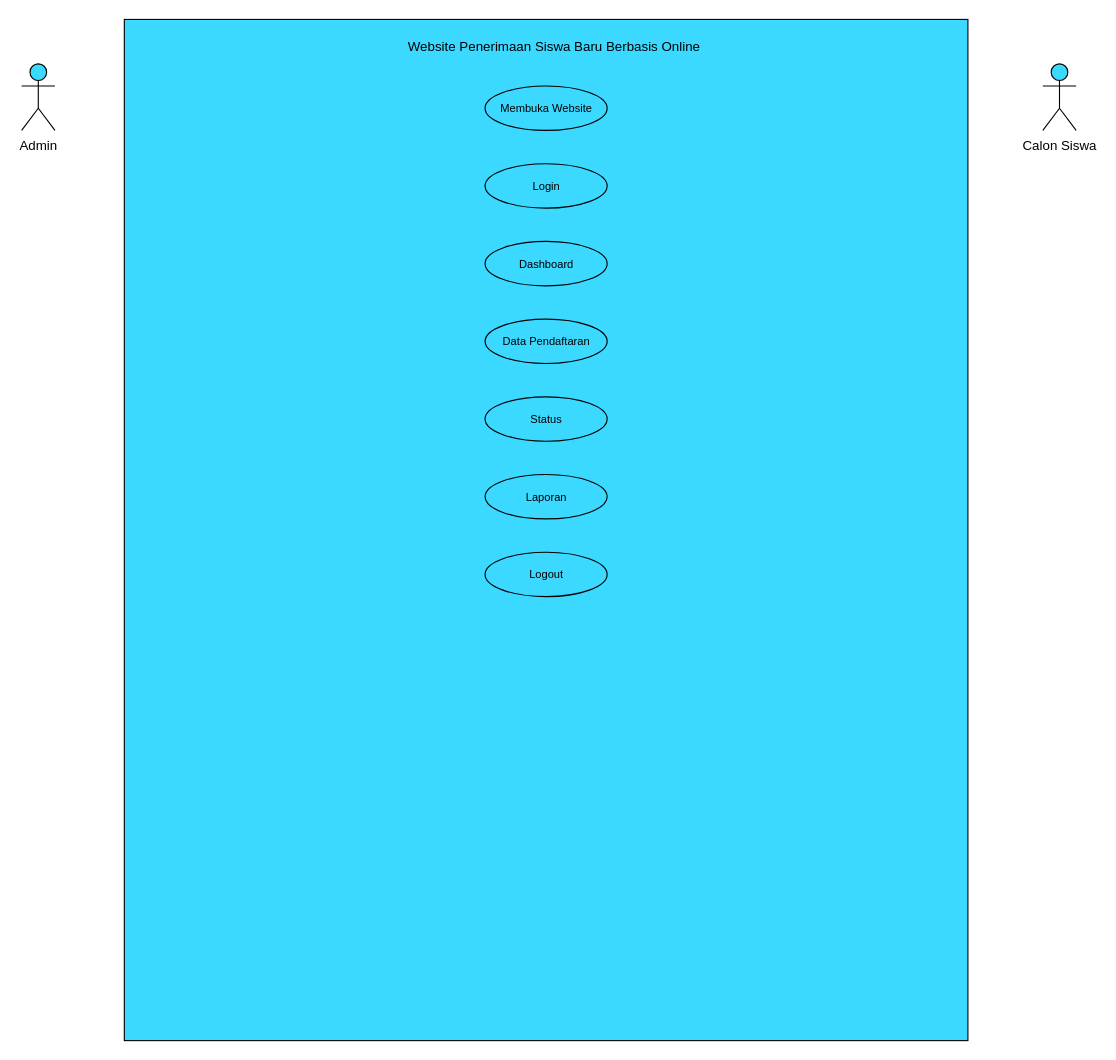
Earlier version of the draw.io diagram Rancangan Diagram Sistem.drawio (danangsptro/register-vhs). Source tidied: cells renumbered, new cells numbered last; positions are measured from the earlier drawing's top-left corner, leaving out a move shared by most shapes. Both pictures are drawn from the tidied source at 111%, with x=0, y=0 at pixel (21, 19).
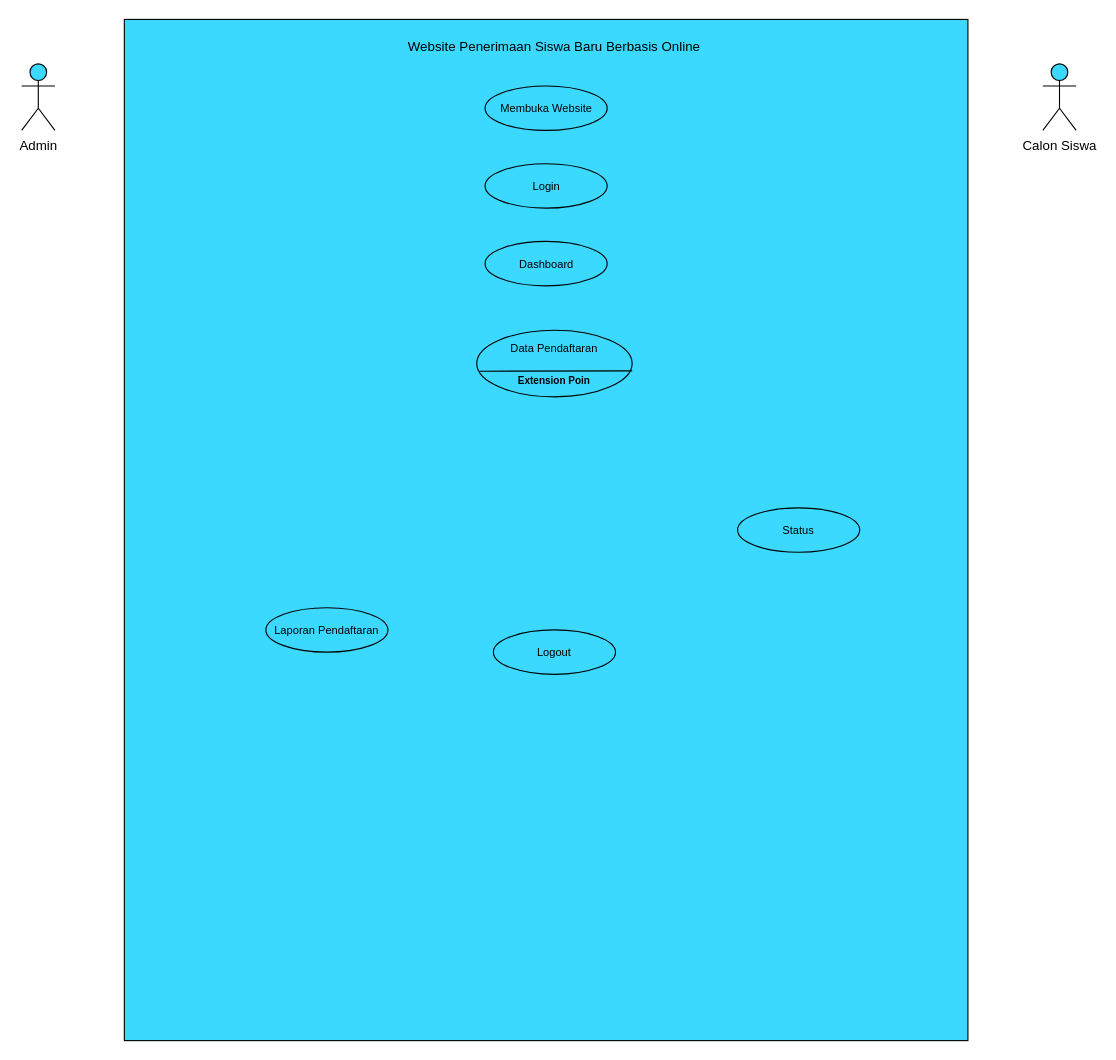
Above is the later version.

Diff of the diagram source:
```diff
@@
 <mxGraphModel>
   <root>
     <mxCell id="0" />
     <mxCell id="1" parent="0" />
     <mxCell id="2" value="Admin" style="shape=umlActor;verticalLabelPosition=bottom;verticalAlign=top;html=1;fillColor=#3BD8FF;" parent="1" vertex="1">
       <mxGeometry y="40" width="30" height="60" as="geometry" />
     </mxCell>
     <mxCell id="3" value="Calon Siswa" style="shape=umlActor;verticalLabelPosition=bottom;verticalAlign=top;html=1;fillColor=#3BD8FF;" parent="1" vertex="1">
       <mxGeometry x="920" y="40" width="30" height="60" as="geometry" />
     </mxCell>
     <mxCell id="4" style="rounded=0;whiteSpace=wrap;html=1;strokeColor=#000000;fillColor=#3BD8FF;" parent="1" vertex="1">
       <mxGeometry x="92.5" width="760" height="920" as="geometry" />
     </mxCell>
     <mxCell id="5" value="Website Penerimaan Siswa Baru Berbasis Online" style="text;html=1;strokeColor=none;fillColor=none;align=center;verticalAlign=middle;whiteSpace=wrap;rounded=0;" parent="1" vertex="1">
       <mxGeometry x="290" y="10" width="380" height="30" as="geometry" />
     </mxCell>
     <mxCell id="6" value="&lt;font style=&quot;font-size: 10px;&quot;&gt;Membuka Website&lt;/font&gt;" style="ellipse;whiteSpace=wrap;html=1;align=center;newEdgeStyle={&quot;edgeStyle&quot;:&quot;entityRelationEdgeStyle&quot;,&quot;startArrow&quot;:&quot;none&quot;,&quot;endArrow&quot;:&quot;none&quot;,&quot;segment&quot;:10,&quot;curved&quot;:1};strokeColor=#000000;fillColor=#3BD8FF;" parent="1" vertex="1">
       <mxGeometry x="417.5" y="60" width="110" height="40" as="geometry" />
     </mxCell>
     <mxCell id="7" value="&lt;font style=&quot;font-size: 10px;&quot;&gt;Login&lt;/font&gt;" style="ellipse;whiteSpace=wrap;html=1;align=center;newEdgeStyle={&quot;edgeStyle&quot;:&quot;entityRelationEdgeStyle&quot;,&quot;startArrow&quot;:&quot;none&quot;,&quot;endArrow&quot;:&quot;none&quot;,&quot;segment&quot;:10,&quot;curved&quot;:1};strokeColor=#000000;fillColor=#3BD8FF;" parent="1" vertex="1">
       <mxGeometry x="417.5" y="130" width="110" height="40" as="geometry" />
     </mxCell>
     <mxCell id="8" value="&lt;font style=&quot;font-size: 10px;&quot;&gt;Dashboard&lt;/font&gt;" style="ellipse;whiteSpace=wrap;html=1;align=center;newEdgeStyle={&quot;edgeStyle&quot;:&quot;entityRelationEdgeStyle&quot;,&quot;startArrow&quot;:&quot;none&quot;,&quot;endArrow&quot;:&quot;none&quot;,&quot;segment&quot;:10,&quot;curved&quot;:1};strokeColor=#000000;fillColor=#3BD8FF;" parent="1" vertex="1">
       <mxGeometry x="417.5" y="200" width="110" height="40" as="geometry" />
     </mxCell>
-    <mxCell id="9" value="&lt;font style=&quot;font-size: 10px;&quot;&gt;Data Pendaftaran&lt;/font&gt;" style="ellipse;whiteSpace=wrap;html=1;align=center;newEdgeStyle={&quot;edgeStyle&quot;:&quot;entityRelationEdgeStyle&quot;,&quot;startArrow&quot;:&quot;none&quot;,&quot;endArrow&quot;:&quot;none&quot;,&quot;segment&quot;:10,&quot;curved&quot;:1};strokeColor=#000000;fillColor=#3BD8FF;" parent="1" vertex="1">
-      <mxGeometry x="417.5" y="270" width="110" height="40" as="geometry" />
+    <mxCell id="9" value="&lt;font style=&quot;font-size: 10px;&quot;&gt;Data Pendaftaran&lt;br&gt;&lt;br&gt;&lt;br&gt;&lt;/font&gt;" style="ellipse;whiteSpace=wrap;html=1;align=center;newEdgeStyle={&quot;edgeStyle&quot;:&quot;entityRelationEdgeStyle&quot;,&quot;startArrow&quot;:&quot;none&quot;,&quot;endArrow&quot;:&quot;none&quot;,&quot;segment&quot;:10,&quot;curved&quot;:1};strokeColor=#000000;fillColor=#3BD8FF;" parent="1" vertex="1">
+      <mxGeometry x="410" y="280" width="140" height="60" as="geometry" />
     </mxCell>
     <mxCell id="10" value="&lt;span style=&quot;font-size: 10px;&quot;&gt;Status&lt;/span&gt;" style="ellipse;whiteSpace=wrap;html=1;align=center;newEdgeStyle={&quot;edgeStyle&quot;:&quot;entityRelationEdgeStyle&quot;,&quot;startArrow&quot;:&quot;none&quot;,&quot;endArrow&quot;:&quot;none&quot;,&quot;segment&quot;:10,&quot;curved&quot;:1};strokeColor=#000000;fillColor=#3BD8FF;" parent="1" vertex="1">
-      <mxGeometry x="417.5" y="340" width="110" height="40" as="geometry" />
+      <mxGeometry x="645" y="440" width="110" height="40" as="geometry" />
     </mxCell>
-    <mxCell id="11" value="&lt;span style=&quot;font-size: 10px;&quot;&gt;Laporan&lt;/span&gt;" style="ellipse;whiteSpace=wrap;html=1;align=center;newEdgeStyle={&quot;edgeStyle&quot;:&quot;entityRelationEdgeStyle&quot;,&quot;startArrow&quot;:&quot;none&quot;,&quot;endArrow&quot;:&quot;none&quot;,&quot;segment&quot;:10,&quot;curved&quot;:1};strokeColor=#000000;fillColor=#3BD8FF;" parent="1" vertex="1">
-      <mxGeometry x="417.5" y="410" width="110" height="40" as="geometry" />
+    <mxCell id="11" value="&lt;span style=&quot;font-size: 10px;&quot;&gt;Laporan Pendaftaran&lt;/span&gt;" style="ellipse;whiteSpace=wrap;html=1;align=center;newEdgeStyle={&quot;edgeStyle&quot;:&quot;entityRelationEdgeStyle&quot;,&quot;startArrow&quot;:&quot;none&quot;,&quot;endArrow&quot;:&quot;none&quot;,&quot;segment&quot;:10,&quot;curved&quot;:1};strokeColor=#000000;fillColor=#3BD8FF;" parent="1" vertex="1">
+      <mxGeometry x="220" y="530" width="110" height="40" as="geometry" />
     </mxCell>
     <mxCell id="12" value="&lt;span style=&quot;font-size: 10px;&quot;&gt;Logout&lt;/span&gt;" style="ellipse;whiteSpace=wrap;html=1;align=center;newEdgeStyle={&quot;edgeStyle&quot;:&quot;entityRelationEdgeStyle&quot;,&quot;startArrow&quot;:&quot;none&quot;,&quot;endArrow&quot;:&quot;none&quot;,&quot;segment&quot;:10,&quot;curved&quot;:1};strokeColor=#000000;fillColor=#3BD8FF;" parent="1" vertex="1">
-      <mxGeometry x="417.5" y="480" width="110" height="40" as="geometry" />
+      <mxGeometry x="425" y="550" width="110" height="40" as="geometry" />
     </mxCell>
+    <mxCell id="13" style="endArrow=none;html=1;rounded=0;fontSize=10;exitX=0.017;exitY=0.615;exitDx=0;exitDy=0;exitPerimeter=0;entryX=1;entryY=0.61;entryDx=0;entryDy=0;entryPerimeter=0;" parent="1" edge="1" source="9" target="9">
+      <mxGeometry relative="1" as="geometry" />
+    </mxCell>
+    <mxCell id="14" value="&lt;b&gt;&lt;font style=&quot;font-size: 9px;&quot;&gt;Extension Poin&lt;/font&gt;&lt;/b&gt;" style="text;html=1;strokeColor=none;fillColor=none;align=center;verticalAlign=middle;whiteSpace=wrap;rounded=0;fontSize=10;" parent="1" vertex="1">
+      <mxGeometry x="410" y="310" width="140" height="30" as="geometry" />
+    </mxCell>
   </root>
 </mxGraphModel>
```
